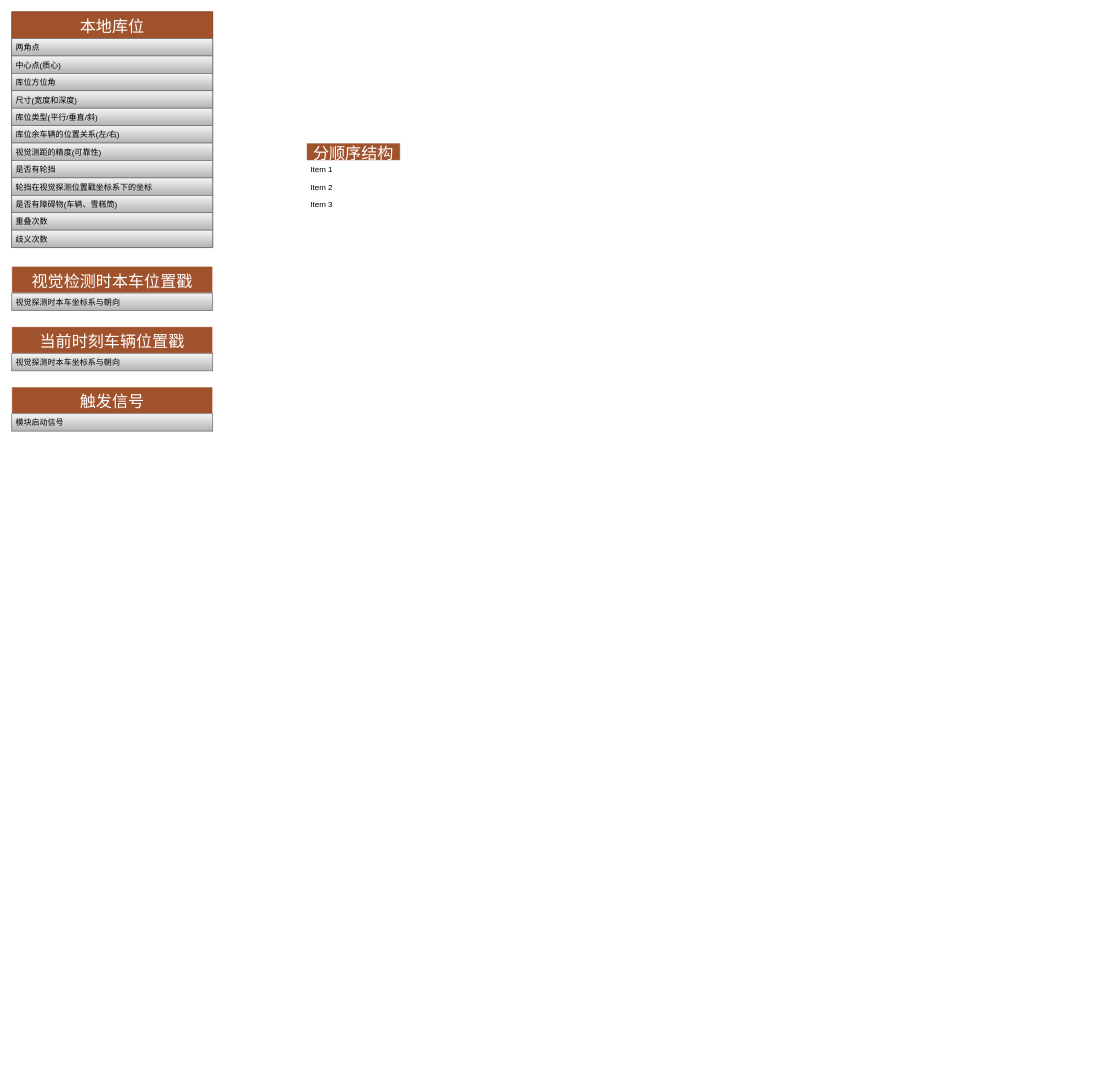
The draw.io diagram 未命名绘图.drawio in bugquella/diagrams, before the edit. Source tidied: cells renumbered, new cells numbered last; positions are measured from the earlier drawing's top-left corner, leaving out a move shared by most shapes. Both pictures are drawn from the tidied source at 67%, with x=0, y=0 at pixel (11, 11).
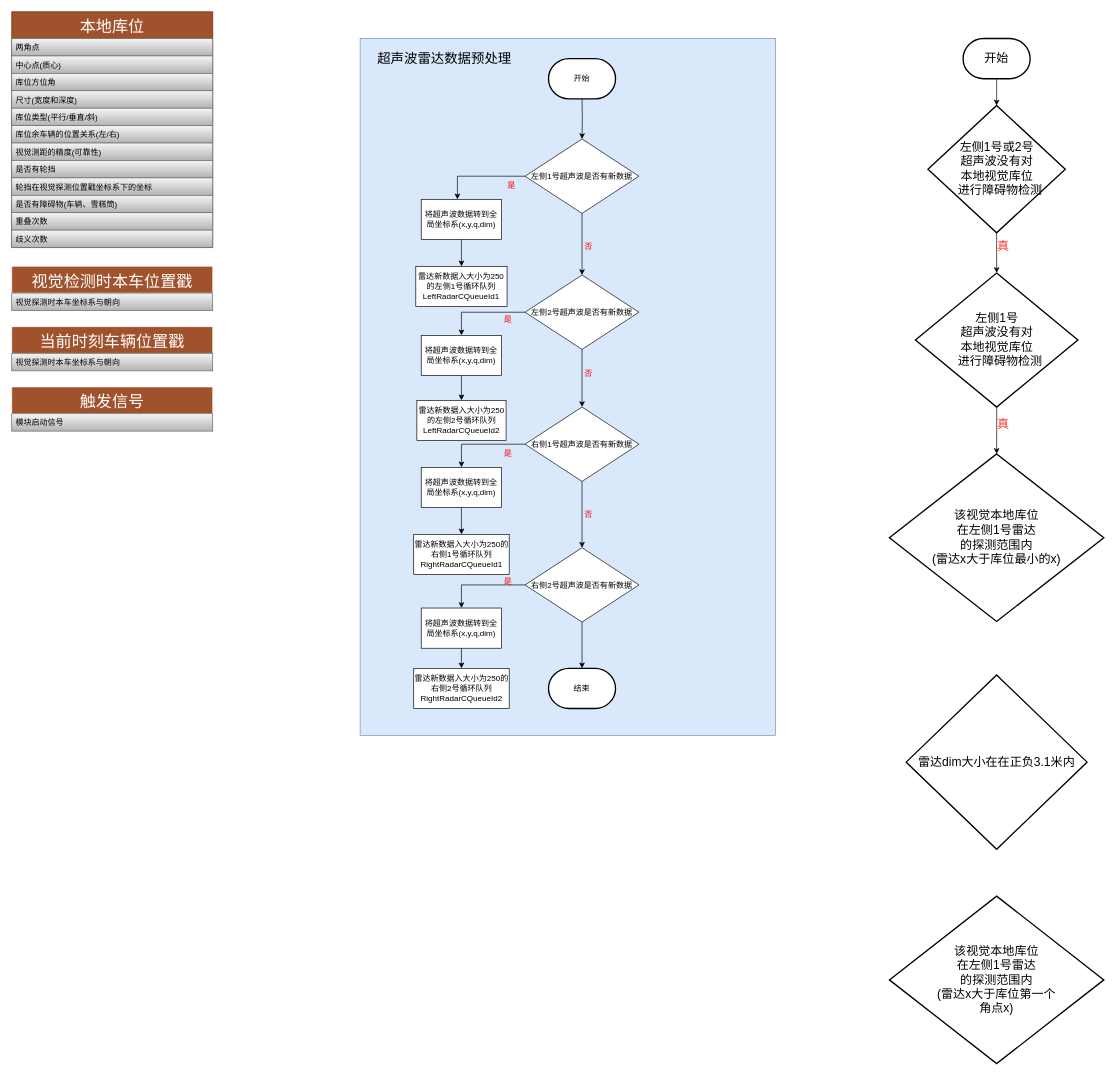
The same page after the edit.

Commit message (it also covers changes not shown here):
更新未命名绘图.drawio

What changed in the source:
```diff
@@
-    <mxCell id="21" value="分顺序结构" style="swimlane;fontStyle=0;horizontal=1;startSize=26;fontSize=24;fontColor=#FFFFFF;strokeColor=#FFFFFF;fillColor=#A0522D;" parent="1" vertex="1">
-      <mxGeometry x="440" y="196" width="140" height="104" as="geometry" />
-    </mxCell>
-    <mxCell id="22" value="Item 1" style="text;strokeColor=none;fillColor=none;align=left;verticalAlign=top;spacingLeft=4;spacingRight=4;overflow=hidden;" parent="21" vertex="1">
-      <mxGeometry y="26" width="140" height="26" as="geometry" />
-    </mxCell>
-    <mxCell id="23" value="Item 2" style="text;strokeColor=none;fillColor=none;align=left;verticalAlign=top;spacingLeft=4;spacingRight=4;overflow=hidden;" parent="21" vertex="1">
-      <mxGeometry y="52" width="140" height="26" as="geometry" />
-    </mxCell>
-    <mxCell id="24" value="Item 3" style="text;strokeColor=none;fillColor=none;align=left;verticalAlign=top;spacingLeft=4;spacingRight=4;overflow=hidden;" parent="21" vertex="1">
-      <mxGeometry y="78" width="140" height="26" as="geometry" />
-    </mxCell>
+    <mxCell id="25" style="group;" parent="1" vertex="1">
+      <mxGeometry x="520" y="40" width="620" height="1040" as="geometry" />
+    </mxCell>
+    <mxCell id="26" style="rounded=0;whiteSpace=wrap;html=1;fillColor=#dae8fc;strokeColor=#6c8ebf;" parent="25" vertex="1">
+      <mxGeometry width="620" height="1040" as="geometry" />
+    </mxCell>
+    <mxCell id="27" style="group;" parent="25" vertex="1">
+      <mxGeometry x="70" y="30" width="346.2" height="970" as="geometry" />
+    </mxCell>
+    <mxCell id="28" style="edgeStyle=orthogonalEdgeStyle;rounded=0;jettySize=auto;html=1;" parent="27" edge="1" target="29">
+      <mxGeometry relative="1" as="geometry">
+        <mxPoint x="261.2" y="58" as="sourcePoint" />
+      </mxGeometry>
+    </mxCell>
+    <mxCell id="29" value="左侧1号超声波是否有新数据" style="rhombus;whiteSpace=wrap;html=1;" parent="27" vertex="1">
+      <mxGeometry x="176.2" y="120" width="170" height="111" as="geometry" />
+    </mxCell>
+    <mxCell id="30" value="将超声波数据转到全局坐标系(x,y,q,dim)" style="rounded=0;whiteSpace=wrap;html=1;" parent="27" vertex="1">
+      <mxGeometry x="21.2" y="210" width="120" height="60" as="geometry" />
+    </mxCell>
+    <mxCell id="31" style="edgeStyle=orthogonalEdgeStyle;rounded=0;jettySize=auto;html=1;entryX=0.45;entryY=0.001;entryDx=0;entryDy=0;entryPerimeter=0;" parent="27" edge="1" source="29" target="30">
+      <mxGeometry relative="1" as="geometry" />
+    </mxCell>
+    <mxCell id="32" value="左侧2号超声波是否有新数据" style="rhombus;whiteSpace=wrap;html=1;" parent="27" vertex="1">
+      <mxGeometry x="176.2" y="323" width="170" height="111" as="geometry" />
+    </mxCell>
+    <mxCell id="33" style="edgeStyle=orthogonalEdgeStyle;rounded=0;jettySize=auto;html=1;" parent="27" edge="1" source="29" target="32">
+      <mxGeometry relative="1" as="geometry" />
+    </mxCell>
+    <mxCell id="34" value="将超声波数据转到全局坐标系(x,y,q,dim)" style="rounded=0;whiteSpace=wrap;html=1;" parent="27" vertex="1">
+      <mxGeometry x="21.2" y="413" width="120" height="60" as="geometry" />
+    </mxCell>
+    <mxCell id="35" style="edgeStyle=orthogonalEdgeStyle;rounded=0;jettySize=auto;html=1;entryX=0.5;entryY=0;entryDx=0;entryDy=0;" parent="27" edge="1" source="32" target="34">
+      <mxGeometry relative="1" as="geometry" />
+    </mxCell>
+    <mxCell id="36" value="将超声波数据转到全局坐标系(x,y,q,dim)" style="rounded=0;whiteSpace=wrap;html=1;" parent="27" vertex="1">
+      <mxGeometry x="21.2" y="610" width="120" height="60" as="geometry" />
+    </mxCell>
+    <mxCell id="37" value="右侧1号超声波是否有新数据" style="rhombus;whiteSpace=wrap;html=1;" parent="27" vertex="1">
+      <mxGeometry x="176.2" y="520" width="170" height="111" as="geometry" />
+    </mxCell>
+    <mxCell id="38" style="edgeStyle=orthogonalEdgeStyle;rounded=0;jettySize=auto;html=1;entryX=0.5;entryY=0;entryDx=0;entryDy=0;" parent="27" edge="1" source="32" target="37">
+      <mxGeometry relative="1" as="geometry" />
+    </mxCell>
+    <mxCell id="39" style="edgeStyle=orthogonalEdgeStyle;rounded=0;jettySize=auto;html=1;entryX=0.5;entryY=0;entryDx=0;entryDy=0;" parent="27" edge="1" source="37" target="36">
+      <mxGeometry relative="1" as="geometry" />
+    </mxCell>
+    <mxCell id="40" value="将超声波数据转到全局坐标系(x,y,q,dim)" style="rounded=0;whiteSpace=wrap;html=1;" parent="27" vertex="1">
+      <mxGeometry x="21.2" y="820" width="120" height="60" as="geometry" />
+    </mxCell>
+    <mxCell id="41" value="右侧2号超声波是否有新数据" style="rhombus;whiteSpace=wrap;html=1;" parent="27" vertex="1">
+      <mxGeometry x="176.2" y="730" width="170" height="111" as="geometry" />
+    </mxCell>
+    <mxCell id="42" style="edgeStyle=orthogonalEdgeStyle;rounded=0;jettySize=auto;html=1;entryX=0.5;entryY=0;entryDx=0;entryDy=0;" parent="27" edge="1" source="37" target="41">
+      <mxGeometry relative="1" as="geometry" />
+    </mxCell>
+    <mxCell id="43" style="edgeStyle=orthogonalEdgeStyle;rounded=0;jettySize=auto;html=1;entryX=0.5;entryY=0;entryDx=0;entryDy=0;" parent="27" edge="1" source="41" target="40">
+      <mxGeometry relative="1" as="geometry" />
+    </mxCell>
+    <mxCell id="44" value="&lt;font color=&quot;#FF0000&quot;&gt;是&lt;/font&gt;" style="text;html=1;strokeColor=none;fillColor=none;align=center;verticalAlign=middle;whiteSpace=wrap;rounded=0;" parent="27" vertex="1">
+      <mxGeometry x="131.2" y="770" width="40" height="20" as="geometry" />
+    </mxCell>
+    <mxCell id="45" value="&lt;font color=&quot;#FF0000&quot;&gt;是&lt;/font&gt;" style="text;html=1;strokeColor=none;fillColor=none;align=center;verticalAlign=middle;whiteSpace=wrap;rounded=0;" parent="27" vertex="1">
+      <mxGeometry x="131.2" y="580" width="40" height="20" as="geometry" />
+    </mxCell>
+    <mxCell id="46" value="&lt;font color=&quot;#FF0000&quot;&gt;是&lt;/font&gt;" style="text;html=1;strokeColor=none;fillColor=none;align=center;verticalAlign=middle;whiteSpace=wrap;rounded=0;" parent="27" vertex="1">
+      <mxGeometry x="131.2" y="380" width="40" height="20" as="geometry" />
+    </mxCell>
+    <mxCell id="47" value="&lt;font color=&quot;#FF0000&quot;&gt;是&lt;/font&gt;" style="text;html=1;strokeColor=none;fillColor=none;align=center;verticalAlign=middle;whiteSpace=wrap;rounded=0;" parent="27" vertex="1">
+      <mxGeometry x="136.2" y="180" width="40" height="20" as="geometry" />
+    </mxCell>
+    <mxCell id="48" value="&lt;font color=&quot;#FF0000&quot;&gt;否&lt;/font&gt;" style="text;html=1;strokeColor=none;fillColor=none;align=center;verticalAlign=middle;whiteSpace=wrap;rounded=0;" parent="27" vertex="1">
+      <mxGeometry x="251.2" y="270" width="40" height="20" as="geometry" />
+    </mxCell>
+    <mxCell id="49" value="&lt;font color=&quot;#FF0000&quot;&gt;否&lt;/font&gt;" style="text;html=1;strokeColor=none;fillColor=none;align=center;verticalAlign=middle;whiteSpace=wrap;rounded=0;" parent="27" vertex="1">
+      <mxGeometry x="251.2" y="460" width="40" height="20" as="geometry" />
+    </mxCell>
+    <mxCell id="50" value="&lt;font color=&quot;#FF0000&quot;&gt;否&lt;/font&gt;" style="text;html=1;strokeColor=none;fillColor=none;align=center;verticalAlign=middle;whiteSpace=wrap;rounded=0;" parent="27" vertex="1">
+      <mxGeometry x="251.2" y="670" width="40" height="20" as="geometry" />
+    </mxCell>
+    <mxCell id="51" value="结束" style="strokeWidth=2;html=1;shape=mxgraph.flowchart.terminator;whiteSpace=wrap;" parent="27" vertex="1">
+      <mxGeometry x="211.2" y="910" width="100" height="60" as="geometry" />
+    </mxCell>
+    <mxCell id="52" style="edgeStyle=orthogonalEdgeStyle;rounded=0;jettySize=auto;html=1;entryX=0.5;entryY=0;entryDx=0;entryDy=0;entryPerimeter=0;" parent="27" edge="1" source="41" target="51">
+      <mxGeometry relative="1" as="geometry" />
+    </mxCell>
+    <mxCell id="53" value="开始" style="strokeWidth=2;html=1;shape=mxgraph.flowchart.terminator;whiteSpace=wrap;" parent="27" vertex="1">
+      <mxGeometry x="211.2" width="100" height="60" as="geometry" />
+    </mxCell>
+    <mxCell id="54" value="&lt;font style=&quot;font-size: 20px&quot;&gt;超声波雷达数据预处理&lt;/font&gt;" style="text;html=1;strokeColor=none;fillColor=none;align=center;verticalAlign=middle;whiteSpace=wrap;rounded=0;fontSize=18;" parent="27" vertex="1">
+      <mxGeometry x="-58.8" y="-10" width="230" height="20" as="geometry" />
+    </mxCell>
+    <mxCell id="55" value="雷达新数据入大小为250的左侧2号循环队列LeftRadarCQueueId2" style="rounded=0;whiteSpace=wrap;html=1;" parent="27" vertex="1">
+      <mxGeometry x="14.7" y="510" width="133.1" height="60" as="geometry" />
+    </mxCell>
+    <mxCell id="56" style="edgeStyle=orthogonalEdgeStyle;rounded=0;jettySize=auto;html=1;" parent="27" edge="1" source="34" target="55">
+      <mxGeometry relative="1" as="geometry" />
+    </mxCell>
+    <mxCell id="57" value="雷达新数据入大小为250的左侧1号循环队列LeftRadarCQueueId1" style="rounded=0;whiteSpace=wrap;html=1;" parent="25" vertex="1">
+      <mxGeometry x="83.1" y="340" width="136.2" height="60" as="geometry" />
+    </mxCell>
+    <mxCell id="58" style="edgeStyle=orthogonalEdgeStyle;rounded=0;jettySize=auto;html=1;" parent="25" edge="1" source="30" target="57">
+      <mxGeometry relative="1" as="geometry" />
+    </mxCell>
+    <mxCell id="59" value="雷达新数据入大小为250的右侧1号循环队列RightRadarCQueueId1" style="rounded=0;whiteSpace=wrap;html=1;" parent="25" vertex="1">
+      <mxGeometry x="80" y="740" width="142.5" height="60" as="geometry" />
+    </mxCell>
+    <mxCell id="60" style="edgeStyle=orthogonalEdgeStyle;rounded=0;jettySize=auto;html=1;" parent="25" edge="1" source="36" target="59">
+      <mxGeometry relative="1" as="geometry" />
+    </mxCell>
+    <mxCell id="61" value="雷达新数据入大小为250的右侧2号循环队列RightRadarCQueueId2" style="rounded=0;whiteSpace=wrap;html=1;" parent="25" vertex="1">
+      <mxGeometry x="80" y="940" width="142.5" height="60" as="geometry" />
+    </mxCell>
+    <mxCell id="62" style="edgeStyle=orthogonalEdgeStyle;rounded=0;jettySize=auto;html=1;" parent="25" edge="1" source="40" target="61">
+      <mxGeometry relative="1" as="geometry" />
+    </mxCell>
+    <mxCell id="63" style="edgeStyle=orthogonalEdgeStyle;rounded=0;jettySize=auto;html=1;fontSize=18;" parent="1" edge="1" source="64" target="65">
+      <mxGeometry relative="1" as="geometry" />
+    </mxCell>
+    <mxCell id="64" value="开始" style="strokeWidth=2;html=1;shape=mxgraph.flowchart.terminator;whiteSpace=wrap;fontSize=18;" parent="1" vertex="1">
+      <mxGeometry x="1420" y="40" width="100" height="60" as="geometry" />
+    </mxCell>
+    <mxCell id="65" value="&lt;div&gt;左侧1号或2号&lt;br&gt;超声波没有对&lt;br&gt;本地视觉库位&lt;br&gt;&amp;nbsp; 进行障碍物检测&lt;br&gt;&lt;/div&gt;" style="strokeWidth=2;html=1;shape=mxgraph.flowchart.decision;whiteSpace=wrap;fontSize=18;" parent="1" vertex="1">
+      <mxGeometry x="1367.5" y="140" width="205" height="190" as="geometry" />
+    </mxCell>
+    <mxCell id="66" style="edgeStyle=orthogonalEdgeStyle;rounded=0;jettySize=auto;html=1;fontSize=18;entryX=0.5;entryY=0;entryDx=0;entryDy=0;entryPerimeter=0;" parent="1" edge="1" source="67" target="74">
+      <mxGeometry relative="1" as="geometry" />
+    </mxCell>
+    <mxCell id="67" value="&lt;div&gt;左侧1号&lt;br&gt;超声波没有对&lt;br&gt;本地视觉库位&lt;br&gt;&amp;nbsp; 进行障碍物检测&lt;br&gt;&lt;/div&gt;" style="strokeWidth=2;html=1;shape=mxgraph.flowchart.decision;whiteSpace=wrap;fontSize=18;" parent="1" vertex="1">
+      <mxGeometry x="1348.8" y="390" width="242.5" height="200" as="geometry" />
+    </mxCell>
+    <mxCell id="68" style="group;" parent="1" vertex="1">
+      <mxGeometry x="1460" y="340" width="40" height="20" as="geometry" />
+    </mxCell>
+    <mxCell id="69" style="edgeStyle=orthogonalEdgeStyle;rounded=0;jettySize=auto;html=1;entryX=0.5;entryY=0;entryDx=0;entryDy=0;entryPerimeter=0;fontSize=18;" parent="68" edge="1" source="65" target="67">
+      <mxGeometry relative="1" as="geometry" />
+    </mxCell>
+    <mxCell id="70" value="&lt;font color=&quot;#FF3333&quot;&gt;真&lt;/font&gt;" style="text;html=1;strokeColor=none;fillColor=none;align=center;verticalAlign=middle;whiteSpace=wrap;rounded=0;fontSize=18;" parent="68" vertex="1">
+      <mxGeometry width="40" height="20" as="geometry" />
+    </mxCell>
+    <mxCell id="71" style="group;" parent="1" vertex="1">
+      <mxGeometry x="1460" y="606" width="40" height="20" as="geometry" />
+    </mxCell>
+    <mxCell id="72" style="edgeStyle=orthogonalEdgeStyle;rounded=0;orthogonalLoop=1;jettySize=auto;html=1;entryX=0.5;entryY=0;entryDx=0;entryDy=0;entryPerimeter=0;fontSize=18;" parent="71" edge="1">
+      <mxGeometry relative="1" as="geometry" />
+    </mxCell>
+    <mxCell id="73" value="&lt;font color=&quot;#FF3333&quot;&gt;真&lt;/font&gt;" style="text;html=1;strokeColor=none;fillColor=none;align=center;verticalAlign=middle;whiteSpace=wrap;rounded=0;fontSize=18;" parent="71" vertex="1">
+      <mxGeometry width="40" height="20" as="geometry" />
+    </mxCell>
+    <mxCell id="74" value="该视觉本地库位&lt;br&gt;在左侧1号雷达&lt;br&gt;的探测范围内&lt;br&gt;(雷达x大于库位最小的x)" style="strokeWidth=2;html=1;shape=mxgraph.flowchart.decision;whiteSpace=wrap;fontSize=18;" parent="1" vertex="1">
+      <mxGeometry x="1310" y="660" width="320" height="250" as="geometry" />
+    </mxCell>
+    <mxCell id="75" value="雷达dim大小在在正负3.1米内" style="strokeWidth=2;html=1;shape=mxgraph.flowchart.decision;whiteSpace=wrap;fontSize=18;" parent="1" vertex="1">
+      <mxGeometry x="1335" y="990" width="270" height="260" as="geometry" />
+    </mxCell>
+    <mxCell id="76" value="该视觉本地库位&lt;br&gt;在左侧1号雷达&lt;br&gt;的探测范围内&lt;br&gt;(雷达x大于库位第一个&lt;br&gt;角点x)" style="strokeWidth=2;html=1;shape=mxgraph.flowchart.decision;whiteSpace=wrap;fontSize=18;" parent="1" vertex="1">
+      <mxGeometry x="1310" y="1320" width="320" height="250" as="geometry" />
+    </mxCell>
```
